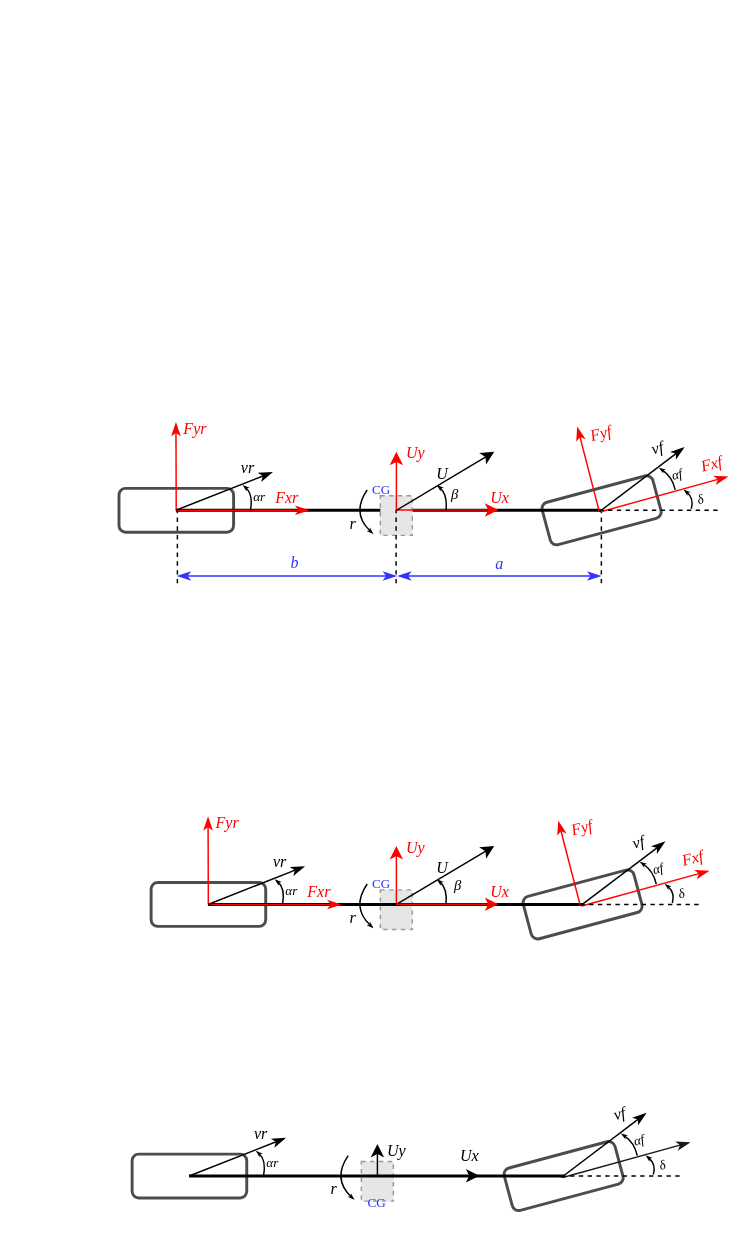
This is page "bicycle model" (3 of 4) of 2022_MPC/Vehicle_Models.drawio from LimingGao/draw_io, a draw.io file, before an edit. Source tidied: cells renumbered, new cells numbered last; positions are measured from the earlier drawing's top-left corner, leaving out a move shared by most shapes. Both pictures are drawn from the tidied source at 146%, with x=0, y=0 at pixel (118, 407). Pictures stored in the file or linked from it are replaced by grey dashed boxes.
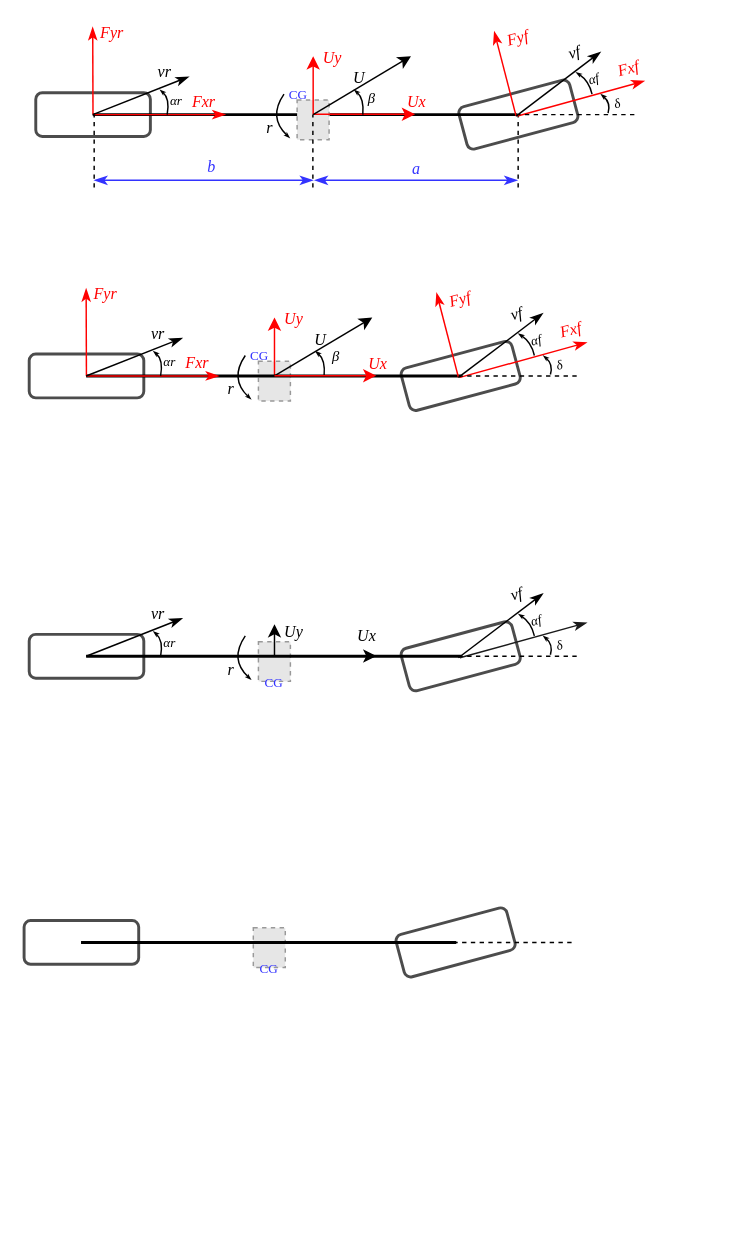
The same page after the edit.

What changed in the source:
```diff
@@
     <mxCell id="2" style="rounded=1;strokeColor=#000000;strokeWidth=2;fillColor=#ffffff;gradientColor=#ffffff;fontSize=10;opacity=70;align=left;rotation=-15;" parent="1" vertex="1">
-      <mxGeometry x="291.3" y="55" width="78.5" height="30" as="geometry" />
+      <mxGeometry x="234.3" y="-216" width="78.5" height="30" as="geometry" />
     </mxCell>
     <mxCell id="3" style="rounded=1;strokeColor=#000000;strokeWidth=2;fillColor=#ffffff;gradientColor=#ffffff;fontSize=10;opacity=70;align=left;" parent="1" vertex="1">
-      <mxGeometry y="55" width="78.5" height="30" as="geometry" />
+      <mxGeometry x="-57" y="-216" width="78.5" height="30" as="geometry" />
     </mxCell>
     <mxCell id="4" style="endArrow=none;fontSize=10;strokeWidth=2;" parent="1" edge="1">
       <mxGeometry relative="1" as="geometry">
-        <mxPoint x="39" y="70" as="sourcePoint" />
-        <mxPoint x="330" y="70" as="targetPoint" />
+        <mxPoint x="-18" y="-201" as="sourcePoint" />
+        <mxPoint x="273" y="-201" as="targetPoint" />
       </mxGeometry>
     </mxCell>
     <mxCell id="5" style="fillColor=#E6E6E6;strokeColor=#999999;dashed=1;verticalLabelPosition=bottom;labelBackgroundColor=#ffffff;verticalAlign=top;" parent="1" vertex="1">
-      <mxGeometry x="179" y="60" width="21.9" height="27.2" as="geometry" />
+      <mxGeometry x="122" y="-211" width="21.9" height="27.2" as="geometry" />
     </mxCell>
     <mxCell id="6" style="endArrow=classic;startArrow=none;startFill=0;strokeColor=#FF0000;fontStyle=2;" parent="1" edge="1">
       <mxGeometry relative="1" as="geometry">
-        <mxPoint x="190" y="70" as="sourcePoint" />
-        <mxPoint x="190" y="30" as="targetPoint" />
+        <mxPoint x="133" y="-201" as="sourcePoint" />
+        <mxPoint x="133" y="-241" as="targetPoint" />
       </mxGeometry>
     </mxCell>
@@
     <mxCell id="8" style="endArrow=classic;startArrow=none;startFill=0;strokeColor=#FF0000;fontStyle=2;" parent="1" edge="1">
       <mxGeometry relative="1" as="geometry">
-        <mxPoint x="190" y="69.8" as="sourcePoint" />
-        <mxPoint x="259.8" y="69.8" as="targetPoint" />
+        <mxPoint x="133" y="-201.2" as="sourcePoint" />
+        <mxPoint x="202.8" y="-201.2" as="targetPoint" />
       </mxGeometry>
     </mxCell>
@@
     <mxCell id="10" style="endArrow=classic;startArrow=none;startFill=0;" parent="1" edge="1">
       <mxGeometry relative="1" as="geometry">
-        <mxPoint x="190" y="70" as="sourcePoint" />
-        <mxPoint x="257" y="30" as="targetPoint" />
+        <mxPoint x="133" y="-201" as="sourcePoint" />
+        <mxPoint x="200" y="-241" as="targetPoint" />
       </mxGeometry>
     </mxCell>
@@
     <mxCell id="12" style="group;" parent="1" vertex="1">
-      <mxGeometry x="39" y="20" width="70" height="90" as="geometry" />
+      <mxGeometry x="-18" y="-251" width="70" height="90" as="geometry" />
     </mxCell>
@@
     <mxCell id="21" style="endArrow=none;dashed=1;strokeWidth=1;fontFamily=Times New Roman;fontSize=7;fontColor=#000000;" parent="1" edge="1">
       <mxGeometry relative="1" as="geometry">
-        <mxPoint x="40" y="120" as="sourcePoint" />
-        <mxPoint x="40" y="70" as="targetPoint" />
+        <mxPoint x="-17" y="-151" as="sourcePoint" />
+        <mxPoint x="-17" y="-201" as="targetPoint" />
       </mxGeometry>
     </mxCell>
     <mxCell id="22" style="endArrow=none;dashed=1;strokeWidth=1;fontFamily=Times New Roman;fontSize=7;fontColor=#000000;" parent="1" edge="1">
       <mxGeometry relative="1" as="geometry">
-        <mxPoint x="189.8" y="120" as="sourcePoint" />
-        <mxPoint x="189.8" y="70" as="targetPoint" />
+        <mxPoint x="132.8" y="-151" as="sourcePoint" />
+        <mxPoint x="132.8" y="-201" as="targetPoint" />
       </mxGeometry>
     </mxCell>
     <mxCell id="23" style="endArrow=none;dashed=1;strokeWidth=1;fontFamily=Times New Roman;fontSize=7;fontColor=#000000;" parent="1" edge="1">
       <mxGeometry relative="1" as="geometry">
-        <mxPoint x="330.4" y="120" as="sourcePoint" />
-        <mxPoint x="330.4" y="70" as="targetPoint" />
+        <mxPoint x="273.4" y="-151" as="sourcePoint" />
+        <mxPoint x="273.4" y="-201" as="targetPoint" />
       </mxGeometry>
     </mxCell>
     <mxCell id="24" style="endArrow=classicThin;fontSize=10;strokeWidth=1;strokeColor=#3333FF;startArrow=classicThin;startFill=1;endFill=1;" parent="1" edge="1">
       <mxGeometry relative="1" as="geometry">
-        <mxPoint x="40" y="115" as="sourcePoint" />
-        <mxPoint x="190" y="115" as="targetPoint" />
+        <mxPoint x="-17" y="-156" as="sourcePoint" />
+        <mxPoint x="133" y="-156" as="targetPoint" />
       </mxGeometry>
     </mxCell>
@@
     <mxCell id="26" style="endArrow=classicThin;fontSize=10;strokeWidth=1;strokeColor=#3333FF;startArrow=classicThin;startFill=1;endFill=1;" parent="1" edge="1">
       <mxGeometry relative="1" as="geometry">
-        <mxPoint x="191" y="115" as="sourcePoint" />
-        <mxPoint x="330" y="115" as="targetPoint" />
+        <mxPoint x="134" y="-156" as="sourcePoint" />
+        <mxPoint x="273" y="-156" as="targetPoint" />
       </mxGeometry>
     </mxCell>
@@
     <mxCell id="28" style="group;rotation=-15;" parent="1" vertex="1">
-      <mxGeometry x="320" width="91" height="60" as="geometry" />
+      <mxGeometry x="263" y="-271" width="91" height="60" as="geometry" />
     </mxCell>
@@
     <mxCell id="37" style="endArrow=none;dashed=1;strokeWidth=1;fontFamily=Times New Roman;fontSize=7;fontColor=#000000;" parent="1" edge="1">
       <mxGeometry relative="1" as="geometry">
-        <mxPoint x="410" y="70" as="sourcePoint" />
-        <mxPoint x="330" y="70" as="targetPoint" />
+        <mxPoint x="353" y="-201" as="sourcePoint" />
+        <mxPoint x="273" y="-201" as="targetPoint" />
       </mxGeometry>
     </mxCell>
     <mxCell id="38" value="δ" style="edgeLabel;align=center;verticalAlign=middle;fontFamily=Times New Roman;fontSize=9;labelBackgroundColor=none;rotation=-15;fontStyle=2;" parent="1" vertex="1">
-      <mxGeometry x="400" y="66" as="geometry">
+      <mxGeometry x="343" y="-205" as="geometry">
         <mxPoint x="-0.9" y="-4.4" as="offset" />
       </mxGeometry>
     </mxCell>
     <mxCell id="39" value="CG" style="text;align=center;verticalAlign=middle;points=[];fillColor=none;strokeColor=none;rounded=0;labelBackgroundColor=none;fontFamily=Times New Roman;fontSize=9;fontColor=#3333FF;" parent="1" vertex="1">
-      <mxGeometry x="165" y="46" width="30" height="20" as="geometry" />
+      <mxGeometry x="108" y="-225" width="30" height="20" as="geometry" />
     </mxCell>
     <mxCell id="40" style="curved=1;endArrow=classicThin;strokeColor=#000000;fontFamily=Times New Roman;fontColor=#FF0000;endFill=1;endSize=1;" parent="1" edge="1">
       <mxGeometry relative="1" as="geometry">
-        <mxPoint x="224" y="70" as="sourcePoint" />
-        <mxPoint x="218" y="53" as="targetPoint" />
+        <mxPoint x="167" y="-201" as="sourcePoint" />
+        <mxPoint x="161" y="-218" as="targetPoint" />
         <Array as="points">
-          <mxPoint x="225" y="59" />
+          <mxPoint x="168" y="-212" />
         </Array>
       </mxGeometry>
     </mxCell>
     <mxCell id="41" value="β" style="edgeLabel;align=center;verticalAlign=middle;fontFamily=Times New Roman;fontStyle=2;fontSize=10;labelBackgroundColor=none;" parent="1" vertex="1">
-      <mxGeometry x="232.9" y="58" as="geometry">
+      <mxGeometry x="175.9" y="-213" as="geometry">
         <mxPoint x="-3" as="offset" />
       </mxGeometry>
     </mxCell>
     <mxCell id="42" style="curved=1;endArrow=classicThin;strokeColor=#000000;fontFamily=Times New Roman;fontColor=#FF0000;endFill=1;endSize=1;exitX=0.167;exitY=0.5;exitDx=0;exitDy=0;exitPerimeter=0;" parent="1" edge="1" source="39">
       <mxGeometry relative="1" as="geometry">
-        <mxPoint x="174" y="86" as="targetPoint" />
+        <mxPoint x="117" y="-185" as="targetPoint" />
         <Array as="points">
-          <mxPoint x="159" y="72" />
+          <mxPoint x="102" y="-199" />
         </Array>
       </mxGeometry>
     </mxCell>
     <mxCell id="43" value="r" style="edgeLabel;align=center;verticalAlign=middle;fontFamily=Times New Roman;fontStyle=2;fontSize=11;labelBackgroundColor=none;" parent="1" vertex="1">
-      <mxGeometry x="163" y="78" as="geometry">
+      <mxGeometry x="106" y="-193" as="geometry">
         <mxPoint x="-3" as="offset" />
       </mxGeometry>
     </mxCell>
     <mxCell id="44" style="curved=1;endArrow=classicThin;strokeColor=#000000;fontFamily=Times New Roman;fontColor=#FF0000;endFill=1;endSize=1;" parent="1" edge="1">
       <mxGeometry relative="1" as="geometry">
-        <mxPoint x="392" y="69" as="sourcePoint" />
-        <mxPoint x="387" y="56" as="targetPoint" />
+        <mxPoint x="335" y="-202" as="sourcePoint" />
+        <mxPoint x="330" y="-215" as="targetPoint" />
         <Array as="points">
-          <mxPoint x="394" y="62" />
+          <mxPoint x="337" y="-209" />
         </Array>
       </mxGeometry>
     </mxCell>
     <mxCell id="45" style="rounded=1;strokeColor=#000000;strokeWidth=2;fillColor=#ffffff;gradientColor=#ffffff;fontSize=10;opacity=70;align=left;rotation=-15;" parent="1" vertex="1">
-      <mxGeometry x="278.3" y="325" width="78.5" height="30" as="geometry" />
+      <mxGeometry x="194.8" y="-37" width="78.5" height="30" as="geometry" />
     </mxCell>
     <mxCell id="46" style="rounded=1;strokeColor=#000000;strokeWidth=2;fillColor=#ffffff;gradientColor=#ffffff;fontSize=10;opacity=70;align=left;" parent="1" vertex="1">
-      <mxGeometry x="22" y="325" width="78.5" height="30" as="geometry" />
+      <mxGeometry x="-61.5" y="-37" width="78.5" height="30" as="geometry" />
     </mxCell>
     <mxCell id="47" style="fillColor=#E6E6E6;strokeColor=#999999;dashed=1;verticalLabelPosition=bottom;labelBackgroundColor=#ffffff;verticalAlign=top;" parent="1" vertex="1">
-      <mxGeometry x="179" y="330" width="21.9" height="27.2" as="geometry" />
+      <mxGeometry x="95.5" y="-32" width="21.9" height="27.2" as="geometry" />
     </mxCell>
     <mxCell id="48" style="endArrow=classic;startArrow=none;startFill=0;strokeColor=#FF0000;fontStyle=2;" parent="1" edge="1">
       <mxGeometry relative="1" as="geometry">
-        <mxPoint x="190" y="340" as="sourcePoint" />
-        <mxPoint x="190" y="300" as="targetPoint" />
+        <mxPoint x="106.5" y="-22" as="sourcePoint" />
+        <mxPoint x="106.5" y="-62" as="targetPoint" />
       </mxGeometry>
     </mxCell>
@@
     <mxCell id="50" style="endArrow=classic;startArrow=none;startFill=0;" parent="1" edge="1">
       <mxGeometry relative="1" as="geometry">
-        <mxPoint x="190" y="340" as="sourcePoint" />
-        <mxPoint x="257" y="300" as="targetPoint" />
+        <mxPoint x="106.5" y="-22" as="sourcePoint" />
+        <mxPoint x="173.5" y="-62" as="targetPoint" />
       </mxGeometry>
     </mxCell>
@@
     <mxCell id="52" style="group;" parent="1" vertex="1">
-      <mxGeometry x="46" y="290" width="70" height="90" as="geometry" />
+      <mxGeometry x="-37.5" y="-72" width="70" height="90" as="geometry" />
     </mxCell>
@@
     <mxCell id="62" style="group;rotation=-15;" parent="1" vertex="1">
-      <mxGeometry x="320" y="270" width="91" height="60" as="geometry" />
+      <mxGeometry x="236.5" y="-92" width="91" height="60" as="geometry" />
     </mxCell>
@@
     <mxCell id="71" style="endArrow=none;dashed=1;strokeWidth=1;fontFamily=Times New Roman;fontSize=7;fontColor=#000000;" parent="1" edge="1">
       <mxGeometry relative="1" as="geometry">
-        <mxPoint x="397" y="340" as="sourcePoint" />
-        <mxPoint x="317" y="340" as="targetPoint" />
+        <mxPoint x="313.5" y="-22" as="sourcePoint" />
+        <mxPoint x="233.5" y="-22" as="targetPoint" />
       </mxGeometry>
     </mxCell>
     <mxCell id="72" value="δ" style="edgeLabel;align=center;verticalAlign=middle;fontFamily=Times New Roman;fontSize=9;labelBackgroundColor=none;rotation=-15;fontStyle=2;" parent="1" vertex="1">
-      <mxGeometry x="387" y="336" as="geometry">
+      <mxGeometry x="303.5" y="-26" as="geometry">
         <mxPoint x="-0.9" y="-4.4" as="offset" />
       </mxGeometry>
     </mxCell>
     <mxCell id="73" value="CG" style="text;align=center;verticalAlign=middle;points=[];fillColor=none;strokeColor=none;rounded=0;labelBackgroundColor=none;fontFamily=Times New Roman;fontSize=9;fontColor=#3333FF;" parent="1" vertex="1">
-      <mxGeometry x="165" y="316" width="30" height="20" as="geometry" />
+      <mxGeometry x="81.5" y="-46" width="30" height="20" as="geometry" />
     </mxCell>
     <mxCell id="74" style="curved=1;endArrow=classicThin;strokeColor=#000000;fontFamily=Times New Roman;fontColor=#FF0000;endFill=1;endSize=1;" parent="1" edge="1">
       <mxGeometry relative="1" as="geometry">
-        <mxPoint x="224" y="340" as="sourcePoint" />
-        <mxPoint x="218" y="323" as="targetPoint" />
+        <mxPoint x="140.5" y="-22" as="sourcePoint" />
+        <mxPoint x="134.5" y="-39" as="targetPoint" />
         <Array as="points">
-          <mxPoint x="225" y="329" />
+          <mxPoint x="141.5" y="-33" />
         </Array>
       </mxGeometry>
     </mxCell>
     <mxCell id="75" value="β" style="edgeLabel;align=center;verticalAlign=middle;fontFamily=Times New Roman;fontStyle=2;fontSize=10;labelBackgroundColor=none;" parent="1" vertex="1">
-      <mxGeometry x="232.9" y="328" as="geometry">
+      <mxGeometry x="149.4" y="-34" as="geometry">
         <mxPoint x="-1" y="-2" as="offset" />
       </mxGeometry>
     </mxCell>
     <mxCell id="76" style="curved=1;endArrow=classicThin;strokeColor=#000000;fontFamily=Times New Roman;fontColor=#FF0000;endFill=1;endSize=1;exitX=0.167;exitY=0.5;exitDx=0;exitDy=0;exitPerimeter=0;" parent="1" edge="1" source="73">
       <mxGeometry relative="1" as="geometry">
-        <mxPoint x="174" y="356" as="targetPoint" />
+        <mxPoint x="90.5" y="-6" as="targetPoint" />
         <Array as="points">
-          <mxPoint x="159" y="342" />
+          <mxPoint x="75.5" y="-20" />
         </Array>
       </mxGeometry>
     </mxCell>
     <mxCell id="77" value="r" style="edgeLabel;align=center;verticalAlign=middle;fontFamily=Times New Roman;fontStyle=2;fontSize=11;labelBackgroundColor=none;" parent="1" vertex="1">
-      <mxGeometry x="163" y="348" as="geometry">
+      <mxGeometry x="79.5" y="-14" as="geometry">
         <mxPoint x="-3" as="offset" />
       </mxGeometry>
     </mxCell>
     <mxCell id="78" style="curved=1;endArrow=classicThin;strokeColor=#000000;fontFamily=Times New Roman;fontColor=#FF0000;endFill=1;endSize=1;" parent="1" edge="1">
       <mxGeometry relative="1" as="geometry">
-        <mxPoint x="379" y="339" as="sourcePoint" />
-        <mxPoint x="374" y="326" as="targetPoint" />
+        <mxPoint x="295.5" y="-23" as="sourcePoint" />
+        <mxPoint x="290.5" y="-36" as="targetPoint" />
         <Array as="points">
-          <mxPoint x="381" y="332" />
+          <mxPoint x="297.5" y="-30" />
         </Array>
       </mxGeometry>
     </mxCell>
     <mxCell id="79" style="endArrow=classic;startArrow=none;startFill=0;strokeColor=#FF0000;fontStyle=2;" parent="1" edge="1">
       <mxGeometry relative="1" as="geometry">
-        <mxPoint x="190" y="339.8" as="sourcePoint" />
-        <mxPoint x="259.8" y="339.8" as="targetPoint" />
+        <mxPoint x="106.5" y="-22.2" as="sourcePoint" />
+        <mxPoint x="176.3" y="-22.2" as="targetPoint" />
       </mxGeometry>
     </mxCell>
@@
     <mxCell id="81" style="rounded=1;strokeColor=#000000;strokeWidth=2;fillColor=#ffffff;gradientColor=#ffffff;fontSize=10;opacity=70;align=left;rotation=-15;" parent="1" vertex="1">
-      <mxGeometry x="265.3" y="511" width="78.5" height="30" as="geometry" />
+      <mxGeometry x="194.8" y="155" width="78.5" height="30" as="geometry" />
     </mxCell>
     <mxCell id="82" style="rounded=1;strokeColor=#000000;strokeWidth=2;fillColor=#ffffff;gradientColor=#ffffff;fontSize=10;opacity=70;align=left;" parent="1" vertex="1">
-      <mxGeometry x="9" y="511" width="78.5" height="30" as="geometry" />
+      <mxGeometry x="-61.5" y="155" width="78.5" height="30" as="geometry" />
     </mxCell>
     <mxCell id="83" style="fillColor=#E6E6E6;strokeColor=#999999;dashed=1;verticalLabelPosition=bottom;labelBackgroundColor=#ffffff;verticalAlign=top;" parent="1" vertex="1">
-      <mxGeometry x="166" y="516" width="21.9" height="27.2" as="geometry" />
+      <mxGeometry x="95.5" y="160" width="21.9" height="27.2" as="geometry" />
     </mxCell>
     <mxCell id="84" style="endArrow=classic;startArrow=none;startFill=0;strokeColor=#000000;fontStyle=2;fontColor=#000000;" parent="1" edge="1">
       <mxGeometry relative="1" as="geometry">
-        <mxPoint x="177" y="526" as="sourcePoint" />
-        <mxPoint x="177" y="504" as="targetPoint" />
+        <mxPoint x="106.5" y="170" as="sourcePoint" />
+        <mxPoint x="106.5" y="148" as="targetPoint" />
       </mxGeometry>
     </mxCell>
@@
     <mxCell id="86" style="group;" parent="1" vertex="1">
-      <mxGeometry x="33" y="476" width="70" height="90" as="geometry" />
+      <mxGeometry x="-37.5" y="120" width="70" height="90" as="geometry" />
     </mxCell>
@@
     <mxCell id="92" style="group;rotation=-15;" parent="1" vertex="1">
-      <mxGeometry x="307" y="456" width="91" height="60" as="geometry" />
+      <mxGeometry x="236.5" y="100" width="91" height="60" as="geometry" />
     </mxCell>
@@
     <mxCell id="98" style="endArrow=none;dashed=1;strokeWidth=1;fontFamily=Times New Roman;fontSize=7;fontColor=#000000;" parent="1" edge="1">
       <mxGeometry relative="1" as="geometry">
-        <mxPoint x="384" y="526" as="sourcePoint" />
-        <mxPoint x="304" y="526" as="targetPoint" />
+        <mxPoint x="313.5" y="170" as="sourcePoint" />
+        <mxPoint x="233.5" y="170" as="targetPoint" />
       </mxGeometry>
     </mxCell>
     <mxCell id="99" value="δ" style="edgeLabel;align=center;verticalAlign=middle;fontFamily=Times New Roman;fontSize=9;labelBackgroundColor=none;rotation=-15;fontStyle=2;" parent="1" vertex="1">
-      <mxGeometry x="374" y="522" as="geometry">
+      <mxGeometry x="303.5" y="166" as="geometry">
         <mxPoint x="-0.9" y="-4.4" as="offset" />
       </mxGeometry>
     </mxCell>
     <mxCell id="100" style="curved=1;endArrow=classicThin;strokeColor=#000000;fontFamily=Times New Roman;fontColor=#FF0000;endFill=1;endSize=1;exitX=0.167;exitY=0.5;exitDx=0;exitDy=0;exitPerimeter=0;" parent="1" edge="1">
       <mxGeometry relative="1" as="geometry">
-        <mxPoint x="157" y="512" as="sourcePoint" />
-        <mxPoint x="161" y="542" as="targetPoint" />
+        <mxPoint x="86.5" y="156" as="sourcePoint" />
+        <mxPoint x="90.5" y="186" as="targetPoint" />
         <Array as="points">
-          <mxPoint x="146" y="528" />
+          <mxPoint x="75.5" y="172" />
         </Array>
       </mxGeometry>
     </mxCell>
     <mxCell id="101" value="r" style="edgeLabel;align=center;verticalAlign=middle;fontFamily=Times New Roman;fontStyle=2;fontSize=11;labelBackgroundColor=none;" parent="1" vertex="1">
-      <mxGeometry x="150" y="534" as="geometry">
+      <mxGeometry x="79.5" y="178" as="geometry">
         <mxPoint x="-3" as="offset" />
       </mxGeometry>
     </mxCell>
     <mxCell id="102" style="curved=1;endArrow=classicThin;strokeColor=#000000;fontFamily=Times New Roman;fontColor=#FF0000;endFill=1;endSize=1;" parent="1" edge="1">
       <mxGeometry relative="1" as="geometry">
-        <mxPoint x="366" y="525" as="sourcePoint" />
-        <mxPoint x="361" y="512" as="targetPoint" />
+        <mxPoint x="295.5" y="169" as="sourcePoint" />
+        <mxPoint x="290.5" y="156" as="targetPoint" />
         <Array as="points">
-          <mxPoint x="368" y="518" />
+          <mxPoint x="297.5" y="162" />
         </Array>
       </mxGeometry>
     </mxCell>
     <mxCell id="103" style="endArrow=classic;startArrow=none;startFill=0;strokeColor=#000000;fontStyle=2;fontColor=#000000;" parent="1" edge="1">
       <mxGeometry relative="1" as="geometry">
-        <mxPoint x="177" y="525.8" as="sourcePoint" />
-        <mxPoint x="246.8" y="525.8" as="targetPoint" />
+        <mxPoint x="106.5" y="169.8" as="sourcePoint" />
+        <mxPoint x="176.3" y="169.8" as="targetPoint" />
       </mxGeometry>
     </mxCell>
     <mxCell id="104" value="CG" style="text;align=center;verticalAlign=middle;fillColor=none;strokeColor=none;rounded=0;labelBackgroundColor=none;fontFamily=Times New Roman;fontSize=9;fontColor=#3333FF;" parent="1" vertex="1">
-      <mxGeometry x="162" y="534" width="30" height="20" as="geometry" />
+      <mxGeometry x="91.4" y="178" width="30" height="20" as="geometry" />
     </mxCell>
     <mxCell id="105" value="Ux" style="edgeLabel;align=center;verticalAlign=middle;fontFamily=Times New Roman;fontColor=#000000;fontStyle=2;labelBackgroundColor=none;" parent="1" vertex="1">
-      <mxGeometry x="208" y="516" as="geometry">
+      <mxGeometry x="137.5" y="160" as="geometry">
         <mxPoint x="32" y="-5" as="offset" />
       </mxGeometry>
     </mxCell>
+    <mxCell id="106" style="rounded=1;strokeColor=#000000;strokeWidth=2;fillColor=#ffffff;gradientColor=#ffffff;fontSize=10;opacity=70;align=left;rotation=-15;" parent="1" vertex="1">
+      <mxGeometry x="191.3" y="351" width="78.5" height="30" as="geometry" />
+    </mxCell>
+    <mxCell id="107" style="rounded=1;strokeColor=#000000;strokeWidth=2;fillColor=#ffffff;gradientColor=#ffffff;fontSize=10;opacity=70;align=left;" parent="1" vertex="1">
+      <mxGeometry x="-65" y="351" width="78.5" height="30" as="geometry" />
+    </mxCell>
+    <mxCell id="108" style="fillColor=#E6E6E6;strokeColor=#999999;dashed=1;verticalLabelPosition=bottom;labelBackgroundColor=#ffffff;verticalAlign=top;" parent="1" vertex="1">
+      <mxGeometry x="92" y="356" width="21.9" height="27.2" as="geometry" />
+    </mxCell>
+    <mxCell id="109" style="group;" parent="1" vertex="1">
+      <mxGeometry x="-41" y="316" width="70" height="90" as="geometry" />
+    </mxCell>
+    <mxCell id="110" style="endArrow=none;fontSize=10;strokeWidth=2;" parent="109" edge="1">
+      <mxGeometry relative="1" as="geometry">
+        <mxPoint x="15" y="50" as="sourcePoint" />
+        <mxPoint x="272" y="50" as="targetPoint" />
+      </mxGeometry>
+    </mxCell>
+    <mxCell id="111" style="endArrow=none;dashed=1;strokeWidth=1;fontFamily=Times New Roman;fontSize=7;fontColor=#000000;" parent="1" edge="1">
+      <mxGeometry relative="1" as="geometry">
+        <mxPoint x="310" y="366" as="sourcePoint" />
+        <mxPoint x="230" y="366" as="targetPoint" />
+      </mxGeometry>
+    </mxCell>
+    <mxCell id="112" value="CG" style="text;align=center;verticalAlign=middle;fillColor=none;strokeColor=none;rounded=0;labelBackgroundColor=none;fontFamily=Times New Roman;fontSize=9;fontColor=#3333FF;" parent="1" vertex="1">
+      <mxGeometry x="88" y="374" width="30" height="20" as="geometry" />
+    </mxCell>
```
